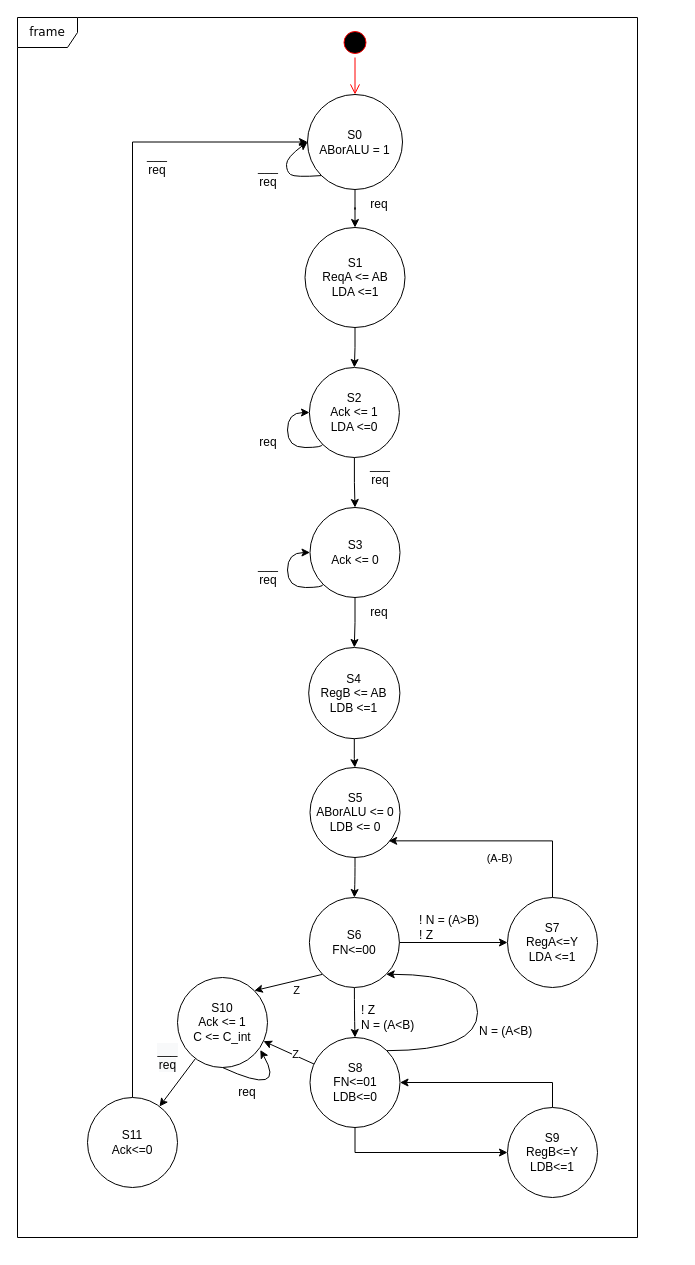
This is page "Page-1" (1 of 2) of Untitled Diagram.drawio from rudfor/DesignDigitalSystems, a draw.io file, before an edit. Source tidied: cells renumbered, new cells numbered last; positions are measured from the earlier drawing's top-left corner, leaving out a move shared by most shapes. Both pictures are drawn from the tidied source at 100%, with x=0, y=0 at pixel (17, 17).
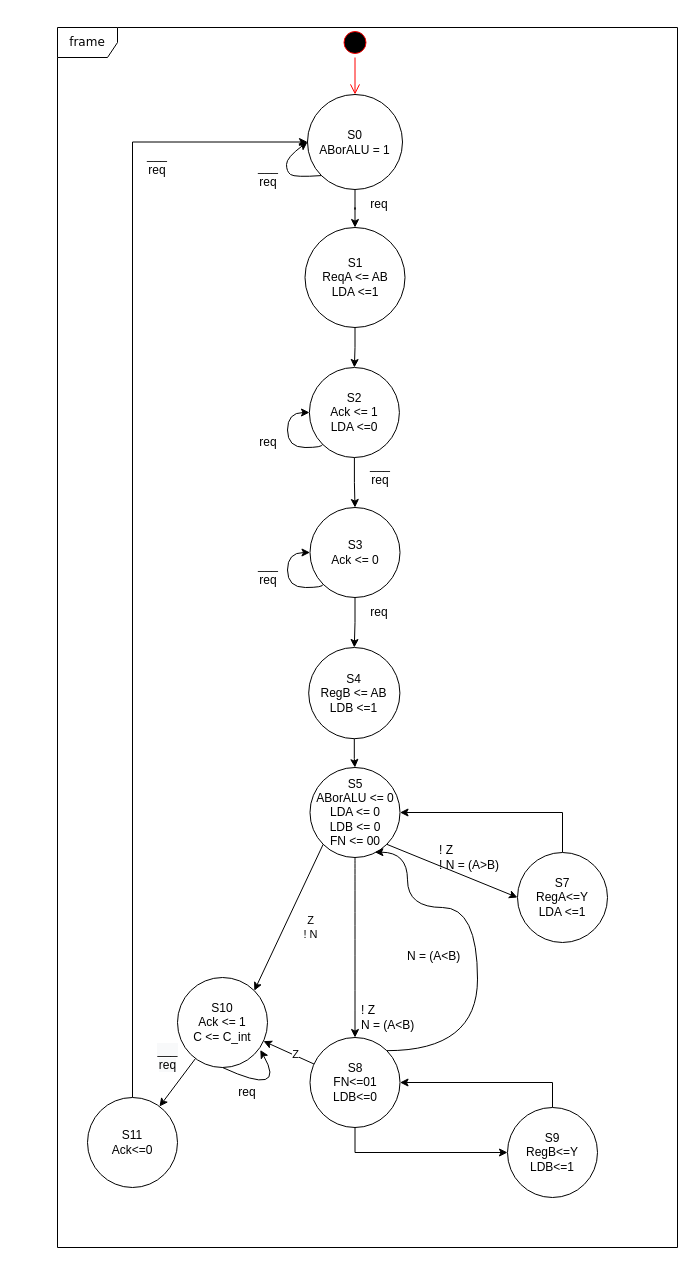
The same page after the edit.

Commit message:
Removed a state in the FSM-diagram

Unchanged cells that the change refers to:
```xml
<mxCell id="36" value="&lt;div&gt;S8&lt;/div&gt;&lt;div&gt;FN&amp;lt;=01&lt;br&gt;LDB&amp;lt;=0&lt;/div&gt;" style="ellipse;whiteSpace=wrap;html=1;" parent="1" vertex="1">
  <mxGeometry x="292.5" y="1020" width="90" height="90" as="geometry" />
</mxCell>
<mxCell id="42" value="&lt;div&gt;S10&lt;/div&gt;&lt;div&gt;Ack &amp;lt;= 1&lt;/div&gt;&lt;div&gt;C &amp;lt;= C_int&lt;br&gt;&lt;/div&gt;" style="ellipse;whiteSpace=wrap;html=1;" parent="1" vertex="1">
  <mxGeometry x="160" y="960" width="90" height="90" as="geometry" />
</mxCell>
```

The edit, as a diff of the source:
```diff
@@
     <mxCell id="2" value="frame" style="shape=umlFrame;whiteSpace=wrap;html=1;rounded=1;shadow=0;comic=0;labelBackgroundColor=none;strokeWidth=1;fontFamily=Verdana;fontSize=12;align=center;" parent="1" vertex="1">
-      <mxGeometry width="620" height="1220" as="geometry" />
+      <mxGeometry x="40" y="10" width="620" height="1220" as="geometry" />
     </mxCell>
@@
-    <mxCell id="21" style="edgeStyle=orthogonalEdgeStyle;jettySize=auto;html=1;" parent="1" edge="1" source="22" target="26">
-      <mxGeometry relative="1" as="geometry" />
-    </mxCell>
-    <mxCell id="22" value="&lt;div&gt;S5&lt;/div&gt;&lt;div&gt;ABorALU &amp;lt;= 0&lt;br&gt;LDB &amp;lt;= 0&lt;/div&gt;" style="ellipse;whiteSpace=wrap;html=1;" parent="1" vertex="1">
+    <mxCell id="22" value="&lt;div&gt;S5&lt;/div&gt;&lt;div&gt;ABorALU &amp;lt;= 0&lt;br&gt;&lt;/div&gt;&lt;div&gt;LDA &amp;lt;= 0&lt;br&gt;&lt;/div&gt;&lt;div&gt;LDB &amp;lt;= 0&lt;/div&gt;&lt;div&gt;FN &amp;lt;= 00&lt;br&gt;&lt;/div&gt;" style="ellipse;whiteSpace=wrap;html=1;" parent="1" vertex="1">
       <mxGeometry x="292.5" y="750" width="90" height="90" as="geometry" />
     </mxCell>
-    <mxCell id="23" style="edgeStyle=orthogonalEdgeStyle;curved=1;rounded=0;jettySize=auto;html=1;" parent="1" edge="1" source="26" target="36">
+    <mxCell id="23" style="edgeStyle=orthogonalEdgeStyle;curved=1;rounded=0;jettySize=auto;html=1;exitX=0.5;exitY=1;exitDx=0;exitDy=0;" parent="1" edge="1" source="22" target="36">
       <mxGeometry relative="1" as="geometry" />
     </mxCell>
-    <mxCell id="24" style="rounded=0;jettySize=auto;html=1;exitX=0;exitY=1;exitDx=0;exitDy=0;entryX=1;entryY=0;entryDx=0;entryDy=0;" parent="1" edge="1" source="26" target="42">
+    <mxCell id="24" style="rounded=0;jettySize=auto;html=1;exitX=0;exitY=1;exitDx=0;exitDy=0;entryX=1;entryY=0;entryDx=0;entryDy=0;" parent="1" edge="1" source="22" target="42">
       <mxGeometry relative="1" as="geometry" />
     </mxCell>
-    <mxCell id="25" value="Z" style="edgeLabel;html=1;align=center;verticalAlign=middle;" parent="24" vertex="1">
+    <mxCell id="25" value="&lt;div&gt;Z&lt;/div&gt;&lt;div&gt;! N&lt;/div&gt;" style="edgeLabel;html=1;align=center;verticalAlign=middle;" parent="24" vertex="1">
       <mxGeometry x="-0.08" relative="1" as="geometry">
-        <mxPoint x="5" y="8" as="offset" />
+        <mxPoint x="18" y="16" as="offset" />
       </mxGeometry>
     </mxCell>
-    <mxCell id="26" value="&lt;div&gt;S6&lt;/div&gt;&lt;div&gt;FN&amp;lt;=00&lt;/div&gt;" style="ellipse;whiteSpace=wrap;html=1;" parent="1" vertex="1">
-      <mxGeometry x="291.9" y="880" width="90" height="90" as="geometry" />
-    </mxCell>
@@
-    <mxCell id="28" style="edgeStyle=orthogonalEdgeStyle;rounded=0;jettySize=auto;html=1;exitX=0.5;exitY=0;exitDx=0;exitDy=0;entryX=0.874;entryY=0.815;entryDx=0;entryDy=0;entryPerimeter=0;" parent="1" edge="1" source="30" target="22">
-      <mxGeometry relative="1" as="geometry">
-        <Array as="points">
-          <mxPoint x="535" y="823" />
-        </Array>
-      </mxGeometry>
+    <mxCell id="28" style="edgeStyle=orthogonalEdgeStyle;rounded=0;jettySize=auto;html=1;exitX=0.5;exitY=0;exitDx=0;exitDy=0;entryX=1;entryY=0.5;entryDx=0;entryDy=0;" parent="1" edge="1" source="30" target="22">
+      <mxGeometry relative="1" as="geometry" />
     </mxCell>
-    <mxCell id="29" value="(A-B)" style="edgeLabel;html=1;align=center;verticalAlign=middle;" parent="28" vertex="1">
-      <mxGeometry y="12" relative="1" as="geometry">
-        <mxPoint y="5" as="offset" />
-      </mxGeometry>
-    </mxCell>
     <mxCell id="30" value="&lt;div&gt;S7&lt;/div&gt;RegA&amp;lt;=Y&lt;br&gt;LDA &amp;lt;=1" style="ellipse;whiteSpace=wrap;html=1;" parent="1" vertex="1">
-      <mxGeometry x="490" y="880" width="90" height="90" as="geometry" />
+      <mxGeometry x="500" y="835" width="90" height="90" as="geometry" />
     </mxCell>
-    <mxCell id="31" style="jettySize=auto;html=1;exitX=1;exitY=0.5;exitDx=0;exitDy=0;entryX=0;entryY=0.5;entryDx=0;entryDy=0;rounded=0;" parent="1" edge="1" source="26" target="30">
+    <mxCell id="31" style="jettySize=auto;html=1;exitX=1;exitY=1;exitDx=0;exitDy=0;entryX=0;entryY=0.5;entryDx=0;entryDy=0;rounded=0;" parent="1" edge="1" source="22" target="30">
       <mxGeometry relative="1" as="geometry" />
     </mxCell>
@@
-    <mxCell id="35" style="edgeStyle=orthogonalEdgeStyle;curved=1;rounded=0;jettySize=auto;html=1;exitX=1;exitY=0;exitDx=0;exitDy=0;entryX=1;entryY=1;entryDx=0;entryDy=0;" parent="1" edge="1" source="36" target="26">
+    <mxCell id="35" style="edgeStyle=orthogonalEdgeStyle;curved=1;rounded=0;jettySize=auto;html=1;exitX=1;exitY=0;exitDx=0;exitDy=0;entryX=0.721;entryY=0.941;entryDx=0;entryDy=0;entryPerimeter=0;" parent="1" edge="1" source="36" target="22">
       <mxGeometry relative="1" as="geometry">
         <Array as="points">
           <mxPoint x="460" y="1033" />
-          <mxPoint x="460" y="957" />
+          <mxPoint x="460" y="890" />
+          <mxPoint x="390" y="890" />
+          <mxPoint x="390" y="835" />
         </Array>
       </mxGeometry>
     </mxCell>
@@
-    <mxCell id="50" value="&lt;div&gt;! N = (A&amp;gt;B)&lt;/div&gt;&lt;div&gt;! Z&lt;br&gt;&lt;/div&gt;" style="text;html=1;strokeColor=none;fillColor=none;align=left;verticalAlign=middle;whiteSpace=wrap;rounded=0;" parent="1" vertex="1">
-      <mxGeometry x="400" y="890" width="80" height="40" as="geometry" />
+    <mxCell id="50" value="&lt;div&gt;! Z&lt;/div&gt;&lt;div&gt;! N = (A&amp;gt;B)&lt;/div&gt;" style="text;html=1;strokeColor=none;fillColor=none;align=left;verticalAlign=middle;whiteSpace=wrap;rounded=0;" parent="1" vertex="1">
+      <mxGeometry x="420" y="820" width="80" height="40" as="geometry" />
     </mxCell>
     <mxCell id="51" value="&lt;div&gt;N = (A&amp;lt;B)&lt;/div&gt;" style="text;whiteSpace=wrap;html=1;" parent="1" vertex="1">
-      <mxGeometry x="460" y="1000" width="80" height="30" as="geometry" />
+      <mxGeometry x="387.5" y="925" width="80" height="30" as="geometry" />
     </mxCell>
```
